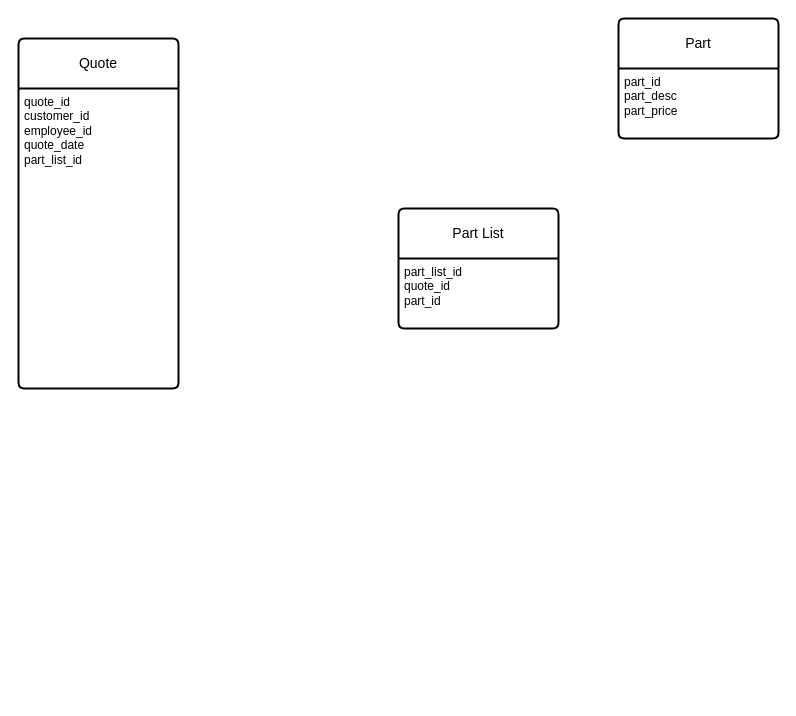
Above: CRM-ordermanagement.drawio in airbaggrenade/WGU-D284 (draw.io), before the change. Source tidied: cells renumbered, new cells numbered last; positions are measured from the earlier drawing's top-left corner, leaving out a move shared by most shapes. Both pictures are drawn from the tidied source at 100%, with x=0, y=0 at pixel (18, 18).
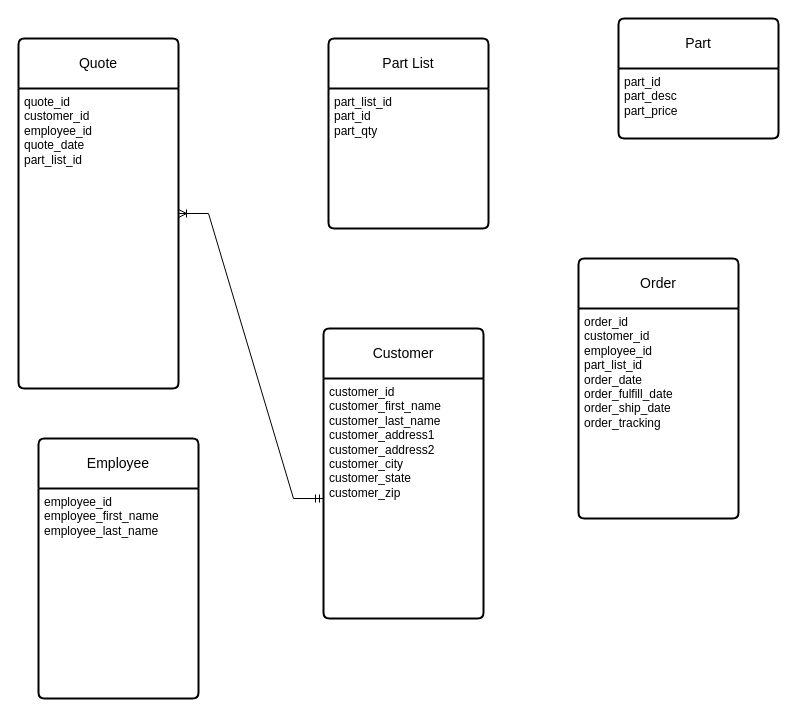
The same diagram, later.

Diff of the diagram source:
```diff
@@
 <mxGraphModel>
   <root>
     <mxCell id="0" />
     <mxCell id="1" parent="0" />
     <mxCell id="2" value="Quote" style="swimlane;horizontal=1;startSize=50;rounded=1;fontSize=14;fontStyle=0;strokeWidth=2;shadow=0;dashed=0;align=center;arcSize=4;whiteSpace=wrap;html=1;" parent="1" vertex="1">
       <mxGeometry y="20" width="160" height="350" as="geometry" />
     </mxCell>
     <mxCell id="3" value="&lt;div&gt;quote_id&lt;/div&gt;&lt;div&gt;customer_id&lt;/div&gt;&lt;div&gt;employee_id&lt;br&gt;&lt;/div&gt;&lt;div&gt;quote_date&lt;/div&gt;&lt;div&gt;part_list_id&lt;/div&gt;&lt;div&gt;&lt;br&gt;&lt;/div&gt;&lt;div&gt;&lt;br&gt;&lt;/div&gt;&lt;div&gt;&lt;br&gt;&lt;/div&gt;" style="align=left;strokeColor=none;fillColor=none;spacingLeft=4;fontSize=12;verticalAlign=top;html=1;" parent="2" vertex="1">
       <mxGeometry y="50" width="160" height="300" as="geometry" />
     </mxCell>
     <mxCell id="4" value="Part" style="swimlane;horizontal=1;startSize=50;rounded=1;fontSize=14;fontStyle=0;strokeWidth=2;shadow=0;dashed=0;align=center;arcSize=4;whiteSpace=wrap;html=1;" parent="1" vertex="1">
       <mxGeometry x="600" width="160" height="120" as="geometry" />
     </mxCell>
     <mxCell id="5" value="&lt;div&gt;part_id&lt;/div&gt;&lt;div&gt;part_desc&lt;/div&gt;&lt;div&gt;part_price&lt;br&gt;&lt;/div&gt;" style="align=left;strokeColor=none;fillColor=none;spacingLeft=4;fontSize=12;verticalAlign=top;html=1;" parent="4" vertex="1">
       <mxGeometry y="50" width="160" height="70" as="geometry" />
     </mxCell>
     <mxCell id="6" value="Part List" style="swimlane;horizontal=1;startSize=50;rounded=1;fontSize=14;fontStyle=0;strokeWidth=2;shadow=0;dashed=0;align=center;arcSize=4;whiteSpace=wrap;html=1;" parent="1" vertex="1">
-      <mxGeometry x="380" y="190" width="160" height="120" as="geometry" />
+      <mxGeometry x="310" y="20" width="160" height="190" as="geometry" />
     </mxCell>
-    <mxCell id="7" value="&lt;div&gt;part_list_id&lt;/div&gt;&lt;div&gt;quote_id&lt;/div&gt;&lt;div&gt;part_id&lt;br&gt;&lt;/div&gt;&lt;div&gt;&lt;br&gt;&lt;/div&gt;" style="align=left;strokeColor=none;fillColor=none;spacingLeft=4;fontSize=12;verticalAlign=top;html=1;" parent="6" vertex="1">
-      <mxGeometry y="50" width="160" height="70" as="geometry" />
+    <mxCell id="7" value="&lt;div&gt;part_list_id&lt;/div&gt;&lt;div&gt;part_id&lt;/div&gt;&lt;div&gt;part_qty&lt;br&gt;&lt;/div&gt;&lt;div&gt;&lt;br&gt;&lt;/div&gt;" style="align=left;strokeColor=none;fillColor=none;spacingLeft=4;fontSize=12;verticalAlign=top;html=1;" parent="6" vertex="1">
+      <mxGeometry y="50" width="160" height="140" as="geometry" />
     </mxCell>
+    <mxCell id="8" value="Order" style="swimlane;horizontal=1;startSize=50;rounded=1;fontSize=14;fontStyle=0;strokeWidth=2;shadow=0;dashed=0;align=center;arcSize=4;whiteSpace=wrap;html=1;" parent="1" vertex="1">
+      <mxGeometry x="560" y="240" width="160" height="260" as="geometry" />
+    </mxCell>
+    <mxCell id="9" value="&lt;div&gt;order_id&lt;/div&gt;&lt;div&gt;customer_id&lt;/div&gt;&lt;div&gt;employee_id&lt;/div&gt;&lt;div&gt;part_list_id&lt;/div&gt;&lt;div&gt;order_date&lt;/div&gt;&lt;div&gt;order_fulfill_date&lt;/div&gt;&lt;div&gt;order_ship_date&lt;/div&gt;&lt;div&gt;order_tracking&lt;br&gt;&lt;/div&gt;&lt;div&gt;&lt;br&gt;&lt;/div&gt;&lt;div&gt;&lt;br&gt;&lt;/div&gt;" style="align=left;strokeColor=none;fillColor=none;spacingLeft=4;fontSize=12;verticalAlign=top;html=1;" parent="8" vertex="1">
+      <mxGeometry y="50" width="160" height="210" as="geometry" />
+    </mxCell>
+    <mxCell id="10" value="Customer" style="swimlane;horizontal=1;startSize=50;rounded=1;fontSize=14;fontStyle=0;strokeWidth=2;shadow=0;dashed=0;align=center;arcSize=4;whiteSpace=wrap;html=1;" parent="1" vertex="1">
+      <mxGeometry x="305" y="310" width="160" height="290" as="geometry" />
+    </mxCell>
+    <mxCell id="11" value="&lt;div&gt;customer_id&lt;/div&gt;&lt;div&gt;customer_first_name&lt;/div&gt;&lt;div&gt;customer_last_name&lt;/div&gt;&lt;div&gt;customer_address1&lt;/div&gt;&lt;div&gt;customer_address2&lt;/div&gt;&lt;div&gt;customer_city&lt;/div&gt;&lt;div&gt;customer_state&lt;/div&gt;&lt;div&gt;customer_zip&lt;br&gt;&lt;/div&gt;" style="align=left;strokeColor=none;fillColor=none;spacingLeft=4;fontSize=12;verticalAlign=top;html=1;" parent="10" vertex="1">
+      <mxGeometry y="50" width="160" height="240" as="geometry" />
+    </mxCell>
+    <mxCell id="12" value="Employee" style="swimlane;horizontal=1;startSize=50;rounded=1;fontSize=14;fontStyle=0;strokeWidth=2;shadow=0;dashed=0;align=center;arcSize=4;whiteSpace=wrap;html=1;" parent="1" vertex="1">
+      <mxGeometry x="20" y="420" width="160" height="260" as="geometry" />
+    </mxCell>
+    <mxCell id="13" value="&lt;div&gt;employee_id&lt;/div&gt;&lt;div&gt;employee_first_name&lt;/div&gt;&lt;div&gt;employee_last_name&lt;/div&gt;&lt;div&gt;&lt;br&gt;&lt;/div&gt;" style="align=left;strokeColor=none;fillColor=none;spacingLeft=4;fontSize=12;verticalAlign=top;html=1;" parent="12" vertex="1">
+      <mxGeometry y="50" width="160" height="210" as="geometry" />
+    </mxCell>
+    <mxCell id="14" style="edgeStyle=entityRelationEdgeStyle;fontSize=12;html=1;endArrow=ERoneToMany;startArrow=ERmandOne;rounded=0;exitX=0;exitY=0.5;exitDx=0;exitDy=0;entryX=1;entryY=0.5;entryDx=0;entryDy=0;" parent="1" edge="1" source="11" target="2">
+      <mxGeometry relative="1" as="geometry" />
+    </mxCell>
   </root>
 </mxGraphModel>
```
